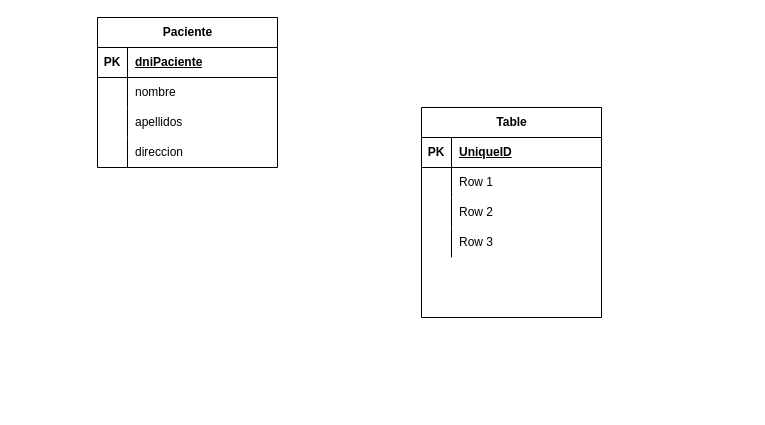
The draw.io diagram xdxdxdxdxdxx.drawio in Code0008/SQL_SERVER_REPO, before the edit. Source tidied: cells renumbered, new cells numbered last; positions are measured from the earlier drawing's top-left corner, leaving out a move shared by most shapes. Both pictures are drawn from the tidied source at 100%, with x=0, y=0 at pixel (97, 17).
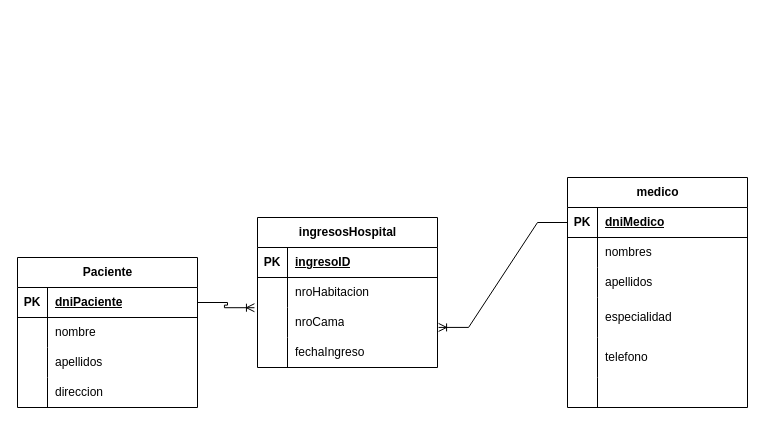
After the change.

Unchanged cells that the change refers to:
```xml
<mxCell id="3" style="shape=tableRow;horizontal=0;startSize=0;swimlaneHead=0;swimlaneBody=0;fillColor=none;points=[[0,0.5],[1,0.5]];portConstraint=eastwest;top=0;left=0;right=0;bottom=1;" parent="2" vertex="1">
  <mxGeometry y="30" width="180" height="30" as="geometry" />
</mxCell>
<mxCell id="18" style="shape=tableRow;horizontal=0;startSize=0;swimlaneHead=0;swimlaneBody=0;fillColor=none;points=[[0,0.5],[1,0.5]];portConstraint=eastwest;top=0;left=0;right=0;bottom=1;" parent="17" vertex="1">
  <mxGeometry y="30" width="180" height="30" as="geometry" />
</mxCell>
<mxCell id="21" style="shape=tableRow;horizontal=0;startSize=0;swimlaneHead=0;swimlaneBody=0;fillColor=none;top=0;left=0;right=0;bottom=0;" parent="17" vertex="1">
  <mxGeometry y="60" width="180" height="30" as="geometry" />
</mxCell>
<mxCell id="24" style="shape=tableRow;horizontal=0;startSize=0;swimlaneHead=0;swimlaneBody=0;fillColor=none;top=0;left=0;right=0;bottom=0;" parent="17" vertex="1">
  <mxGeometry y="90" width="180" height="30" as="geometry" />
</mxCell>
```

Diff of the diagram source:
```diff
@@
     <mxCell id="2" value="Paciente" style="shape=table;startSize=30;childLayout=tableLayout;rowLines=0;fontStyle=1;align=center;html=1;" parent="1" vertex="1">
-      <mxGeometry width="180" height="150" as="geometry" />
+      <mxGeometry x="-80" y="240" width="180" height="150" as="geometry" />
     </mxCell>
@@
-    <mxCell id="17" value="Table" style="shape=table;startSize=30;childLayout=tableLayout;rowLines=0;fontStyle=1;align=center;html=1;" parent="1" vertex="1">
-      <mxGeometry x="324" y="90" width="180" height="210" as="geometry" />
+    <mxCell id="17" value="medico" style="shape=table;startSize=30;childLayout=tableLayout;rowLines=0;fontStyle=1;align=center;html=1;" parent="1" vertex="1">
+      <mxGeometry x="470" y="160" width="180" height="230" as="geometry" />
     </mxCell>
@@
-    <mxCell id="20" value="UniqueID" style="shape=partialRectangle;fillColor=none;top=0;left=0;bottom=0;right=0;align=left;spacingLeft=6;fontStyle=5;overflow=hidden;whiteSpace=wrap;html=1;" parent="18" vertex="1">
+    <mxCell id="20" value="dniMedico" style="shape=partialRectangle;fillColor=none;top=0;left=0;bottom=0;right=0;align=left;spacingLeft=6;fontStyle=5;overflow=hidden;whiteSpace=wrap;html=1;" parent="18" vertex="1">
       <mxGeometry x="30" width="150" height="30" as="geometry" />
     </mxCell>
@@
-    <mxCell id="23" value="Row 1" style="shape=partialRectangle;fillColor=none;top=0;left=0;bottom=0;right=0;align=left;spacingLeft=6;overflow=hidden;whiteSpace=wrap;html=1;" parent="21" vertex="1">
+    <mxCell id="23" value="nombres" style="shape=partialRectangle;fillColor=none;top=0;left=0;bottom=0;right=0;align=left;spacingLeft=6;overflow=hidden;whiteSpace=wrap;html=1;" parent="21" vertex="1">
       <mxGeometry x="30" width="150" height="30" as="geometry" />
     </mxCell>
@@
-    <mxCell id="26" value="Row 2" style="shape=partialRectangle;fillColor=none;top=0;left=0;bottom=0;right=0;align=left;spacingLeft=6;overflow=hidden;whiteSpace=wrap;html=1;" parent="24" vertex="1">
+    <mxCell id="26" value="apellidos" style="shape=partialRectangle;fillColor=none;top=0;left=0;bottom=0;right=0;align=left;spacingLeft=6;overflow=hidden;whiteSpace=wrap;html=1;" parent="24" vertex="1">
       <mxGeometry x="30" width="150" height="30" as="geometry" />
     </mxCell>
     <mxCell id="27" style="shape=tableRow;horizontal=0;startSize=0;swimlaneHead=0;swimlaneBody=0;fillColor=none;top=0;left=0;right=0;bottom=0;" parent="17" vertex="1">
-      <mxGeometry y="120" width="180" height="30" as="geometry" />
+      <mxGeometry y="120" width="180" height="40" as="geometry" />
     </mxCell>
     <mxCell id="28" style="shape=partialRectangle;fillColor=none;top=0;left=0;bottom=0;right=0;overflow=hidden;whiteSpace=wrap;html=1;" parent="27" vertex="1">
-      <mxGeometry width="30" height="30" as="geometry" />
+      <mxGeometry width="30" height="40" as="geometry" />
     </mxCell>
-    <mxCell id="29" value="Row 3" style="shape=partialRectangle;fillColor=none;top=0;left=0;bottom=0;right=0;align=left;spacingLeft=6;overflow=hidden;whiteSpace=wrap;html=1;" parent="27" vertex="1">
-      <mxGeometry x="30" width="150" height="30" as="geometry" />
+    <mxCell id="29" value="especialidad" style="shape=partialRectangle;fillColor=none;top=0;left=0;bottom=0;right=0;align=left;spacingLeft=6;overflow=hidden;whiteSpace=wrap;html=1;" parent="27" vertex="1">
+      <mxGeometry x="30" width="150" height="40" as="geometry" />
     </mxCell>
+    <mxCell id="30" style="shape=tableRow;horizontal=0;startSize=0;swimlaneHead=0;swimlaneBody=0;fillColor=none;top=0;left=0;right=0;bottom=0;" parent="17" vertex="1">
+      <mxGeometry y="160" width="180" height="40" as="geometry" />
+    </mxCell>
+    <mxCell id="31" style="shape=partialRectangle;fillColor=none;top=0;left=0;bottom=0;right=0;overflow=hidden;whiteSpace=wrap;html=1;" parent="30" vertex="1">
+      <mxGeometry width="30" height="40" as="geometry" />
+    </mxCell>
+    <mxCell id="32" value="telefono" style="shape=partialRectangle;fillColor=none;top=0;left=0;bottom=0;right=0;align=left;spacingLeft=6;overflow=hidden;whiteSpace=wrap;html=1;" parent="30" vertex="1">
+      <mxGeometry x="30" width="150" height="40" as="geometry" />
+    </mxCell>
+    <mxCell id="33" style="shape=tableRow;horizontal=0;startSize=0;swimlaneHead=0;swimlaneBody=0;fillColor=none;top=0;left=0;right=0;bottom=0;" parent="17" vertex="1">
+      <mxGeometry y="200" width="180" height="30" as="geometry" />
+    </mxCell>
+    <mxCell id="34" style="shape=partialRectangle;fillColor=none;top=0;left=0;bottom=0;right=0;overflow=hidden;whiteSpace=wrap;html=1;" parent="33" vertex="1">
+      <mxGeometry width="30" height="30" as="geometry" />
+    </mxCell>
+    <mxCell id="35" style="shape=partialRectangle;fillColor=none;top=0;left=0;bottom=0;right=0;align=left;spacingLeft=6;overflow=hidden;whiteSpace=wrap;html=1;" parent="33" vertex="1">
+      <mxGeometry x="30" width="150" height="30" as="geometry" />
+    </mxCell>
+    <mxCell id="36" value="ingresosHospital" style="shape=table;startSize=30;childLayout=tableLayout;rowLines=0;fontStyle=1;align=center;html=1;" parent="1" vertex="1">
+      <mxGeometry x="160" y="200" width="180" height="150" as="geometry" />
+    </mxCell>
+    <mxCell id="37" style="shape=tableRow;horizontal=0;startSize=0;swimlaneHead=0;swimlaneBody=0;fillColor=none;top=0;left=0;right=0;bottom=1;" parent="36" vertex="1">
+      <mxGeometry y="30" width="180" height="30" as="geometry" />
+    </mxCell>
+    <mxCell id="38" value="PK" style="shape=partialRectangle;fillColor=none;top=0;left=0;bottom=0;right=0;fontStyle=1;overflow=hidden;whiteSpace=wrap;html=1;" parent="37" vertex="1">
+      <mxGeometry width="30" height="30" as="geometry" />
+    </mxCell>
+    <mxCell id="39" value="ingresoID" style="shape=partialRectangle;fillColor=none;top=0;left=0;bottom=0;right=0;align=left;spacingLeft=6;fontStyle=5;overflow=hidden;whiteSpace=wrap;html=1;" parent="37" vertex="1">
+      <mxGeometry x="30" width="150" height="30" as="geometry" />
+    </mxCell>
+    <mxCell id="40" style="shape=tableRow;horizontal=0;startSize=0;swimlaneHead=0;swimlaneBody=0;fillColor=none;top=0;left=0;right=0;bottom=0;" parent="36" vertex="1">
+      <mxGeometry y="60" width="180" height="30" as="geometry" />
+    </mxCell>
+    <mxCell id="41" style="shape=partialRectangle;fillColor=none;top=0;left=0;bottom=0;right=0;overflow=hidden;whiteSpace=wrap;html=1;" parent="40" vertex="1">
+      <mxGeometry width="30" height="30" as="geometry" />
+    </mxCell>
+    <mxCell id="42" value="nroHabitacion" style="shape=partialRectangle;fillColor=none;top=0;left=0;bottom=0;right=0;align=left;spacingLeft=6;overflow=hidden;whiteSpace=wrap;html=1;" parent="40" vertex="1">
+      <mxGeometry x="30" width="150" height="30" as="geometry" />
+    </mxCell>
+    <mxCell id="43" style="shape=tableRow;horizontal=0;startSize=0;swimlaneHead=0;swimlaneBody=0;fillColor=none;points=[[0,0.5],[1,0.5]];portConstraint=eastwest;top=0;left=0;right=0;bottom=0;" parent="36" vertex="1">
+      <mxGeometry y="90" width="180" height="30" as="geometry" />
+    </mxCell>
+    <mxCell id="44" style="shape=partialRectangle;fillColor=none;top=0;left=0;bottom=0;right=0;overflow=hidden;whiteSpace=wrap;html=1;" parent="43" vertex="1">
+      <mxGeometry width="30" height="30" as="geometry" />
+    </mxCell>
+    <mxCell id="45" value="nroCama" style="shape=partialRectangle;fillColor=none;top=0;left=0;bottom=0;right=0;align=left;spacingLeft=6;overflow=hidden;whiteSpace=wrap;html=1;" parent="43" vertex="1">
+      <mxGeometry x="30" width="150" height="30" as="geometry" />
+    </mxCell>
+    <mxCell id="46" style="shape=tableRow;horizontal=0;startSize=0;swimlaneHead=0;swimlaneBody=0;fillColor=none;top=0;left=0;right=0;bottom=0;" parent="36" vertex="1">
+      <mxGeometry y="120" width="180" height="30" as="geometry" />
+    </mxCell>
+    <mxCell id="47" style="shape=partialRectangle;fillColor=none;top=0;left=0;bottom=0;right=0;overflow=hidden;whiteSpace=wrap;html=1;" parent="46" vertex="1">
+      <mxGeometry width="30" height="30" as="geometry" />
+    </mxCell>
+    <mxCell id="48" value="fechaIngreso" style="shape=partialRectangle;fillColor=none;top=0;left=0;bottom=0;right=0;align=left;spacingLeft=6;overflow=hidden;whiteSpace=wrap;html=1;" parent="46" vertex="1">
+      <mxGeometry x="30" width="150" height="30" as="geometry" />
+    </mxCell>
+    <mxCell id="49" style="edgeStyle=entityRelationEdgeStyle;fontSize=12;html=1;endArrow=ERoneToMany;rounded=0;exitX=1;exitY=0.5;exitDx=0;exitDy=0;entryX=-0.017;entryY=0.007;entryDx=0;entryDy=0;entryPerimeter=0;" parent="1" edge="1" source="3" target="43">
+      <mxGeometry relative="1" as="geometry">
+        <Array as="points">
+          <mxPoint x="160" y="330" />
+          <mxPoint x="160" y="260" />
+          <mxPoint x="170" y="310" />
+        </Array>
+      </mxGeometry>
+    </mxCell>
+    <mxCell id="50" style="edgeStyle=entityRelationEdgeStyle;fontSize=12;html=1;endArrow=ERoneToMany;rounded=0;exitX=0;exitY=0.5;exitDx=0;exitDy=0;entryX=1.006;entryY=0.664;entryDx=0;entryDy=0;entryPerimeter=0;" parent="1" edge="1" source="18" target="43">
+      <mxGeometry relative="1" as="geometry" />
+    </mxCell>
```
